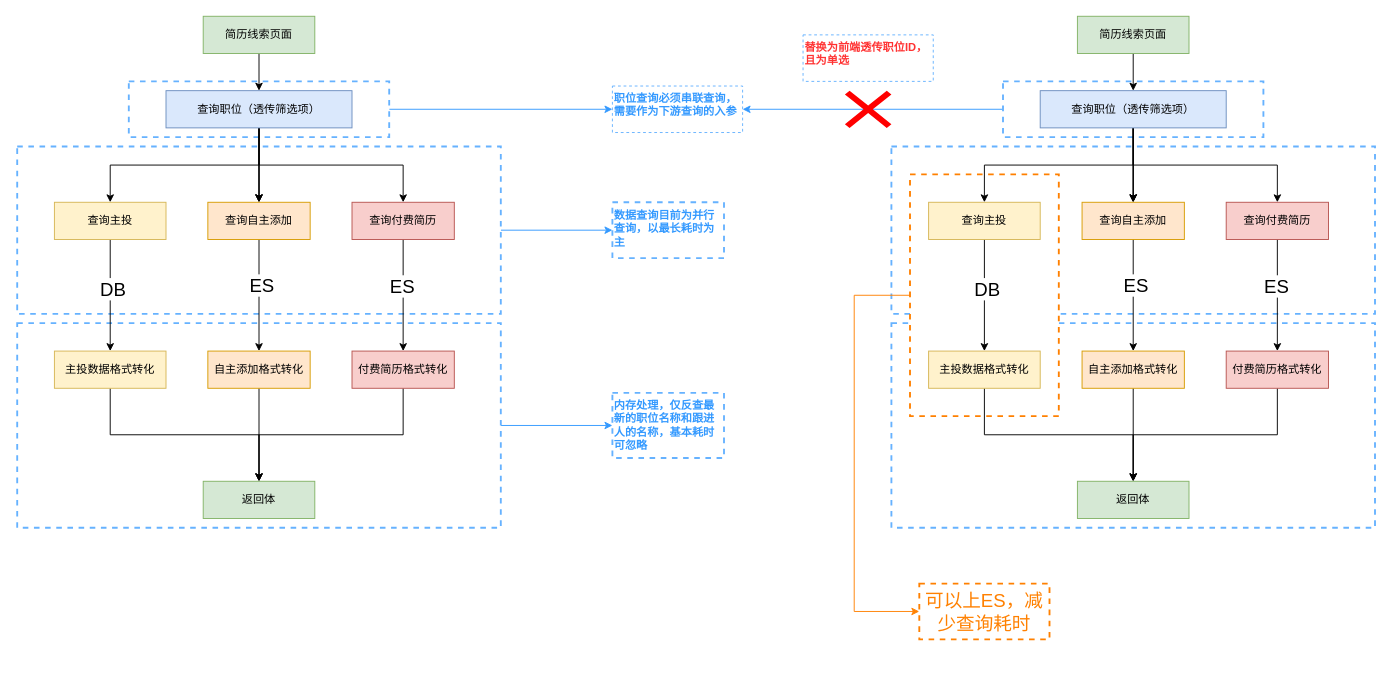
Earlier version of the draw.io diagram 简历线索索引合并.drawio (LuOyEbY/draw-b). Source tidied: cells renumbered, new cells numbered last; positions are measured from the earlier drawing's top-left corner, leaving out a move shared by most shapes. Both pictures are drawn from the tidied source at 93%, with x=0, y=0 at pixel (17, 16).
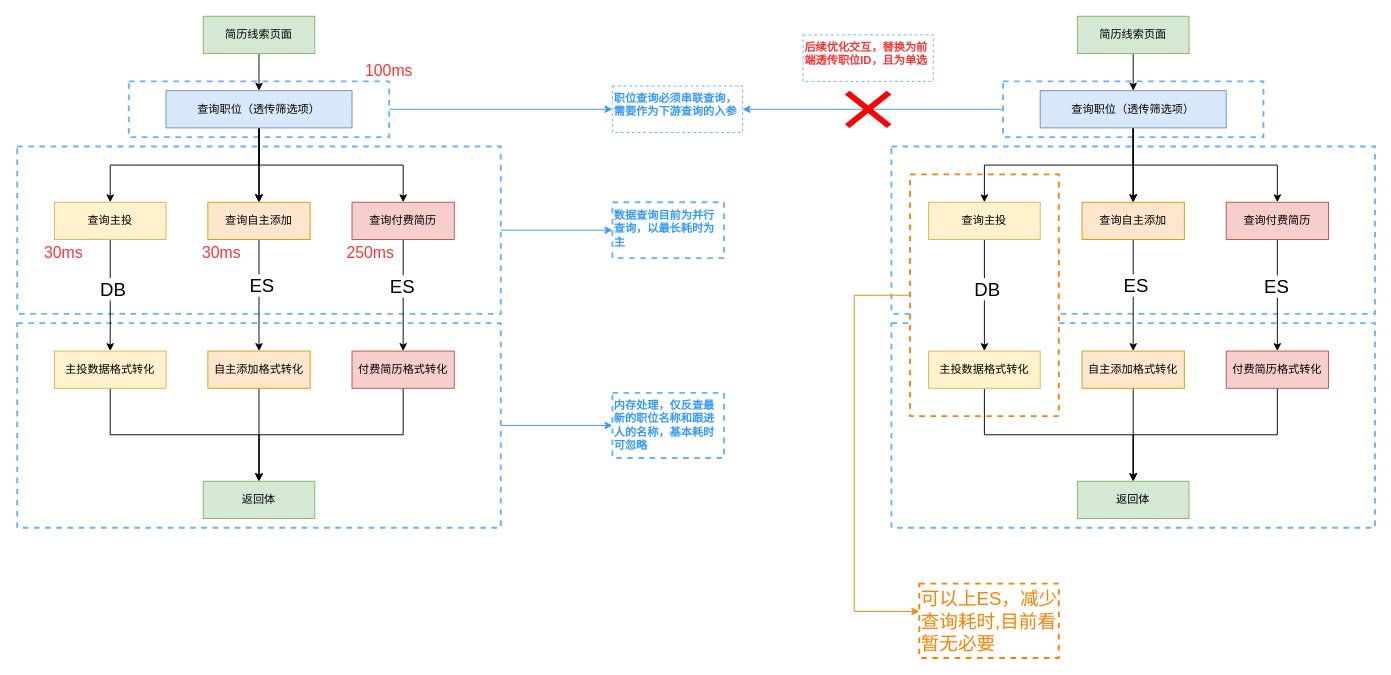
The same diagram, later.

Commit message (it also covers changes not shown here):
更新简历线索索引合并.drawio

Change to the diagram source:
```diff
@@
-    <mxCell id="66" value="替换为前端透传职位ID，且为单选" style="whiteSpace=wrap;html=1;strokeColor=#66B2FF;rounded=0;dashed=1;strokeWidth=1;align=left;verticalAlign=top;fontColor=#FF3333;fontStyle=1;" parent="1" vertex="1">
+    <mxCell id="66" value="后续优化交互，替换为前端透传职位ID，且为单选" style="whiteSpace=wrap;html=1;strokeColor=#66B2FF;rounded=0;dashed=1;strokeWidth=1;align=left;verticalAlign=top;fontColor=#FF3333;fontStyle=1;" parent="1" vertex="1">
       <mxGeometry x="845" y="20" width="140" height="50" as="geometry" />
     </mxCell>
-    <mxCell id="67" value="可以上ES，减少查询耗时" style="whiteSpace=wrap;html=1;strokeColor=#FF8000;rounded=0;dashed=1;strokeWidth=2;fontColor=#FF8000;fontSize=20;" parent="1" vertex="1">
-      <mxGeometry x="970" y="610" width="140" height="60" as="geometry" />
+    <mxCell id="67" value="可以上ES，减少查询耗时,目前看暂无必要" style="whiteSpace=wrap;html=1;strokeColor=#FF8000;rounded=0;dashed=1;strokeWidth=2;fontColor=#FF8000;fontSize=20;align=left;" parent="1" vertex="1">
+      <mxGeometry x="970" y="610" width="150" height="80" as="geometry" />
     </mxCell>
+    <mxCell id="68" value="100ms" style="text;html=1;strokeColor=none;fillColor=none;align=center;verticalAlign=middle;whiteSpace=wrap;rounded=0;fontColor=#FF3333;fontSize=17;" parent="1" vertex="1">
+      <mxGeometry x="370" y="45" width="60" height="30" as="geometry" />
+    </mxCell>
+    <mxCell id="69" value="30ms" style="text;html=1;strokeColor=none;fillColor=none;align=center;verticalAlign=middle;whiteSpace=wrap;rounded=0;fontColor=#FF3333;fontSize=17;" parent="1" vertex="1">
+      <mxGeometry x="20" y="240" width="60" height="30" as="geometry" />
+    </mxCell>
+    <mxCell id="70" value="30ms" style="text;html=1;strokeColor=none;fillColor=none;align=center;verticalAlign=middle;whiteSpace=wrap;rounded=0;fontColor=#FF3333;fontSize=17;" parent="1" vertex="1">
+      <mxGeometry x="190" y="240" width="60" height="30" as="geometry" />
+    </mxCell>
+    <mxCell id="71" value="250ms" style="text;html=1;strokeColor=none;fillColor=none;align=center;verticalAlign=middle;whiteSpace=wrap;rounded=0;fontColor=#FF3333;fontSize=17;" parent="1" vertex="1">
+      <mxGeometry x="350" y="240" width="60" height="30" as="geometry" />
+    </mxCell>
```
